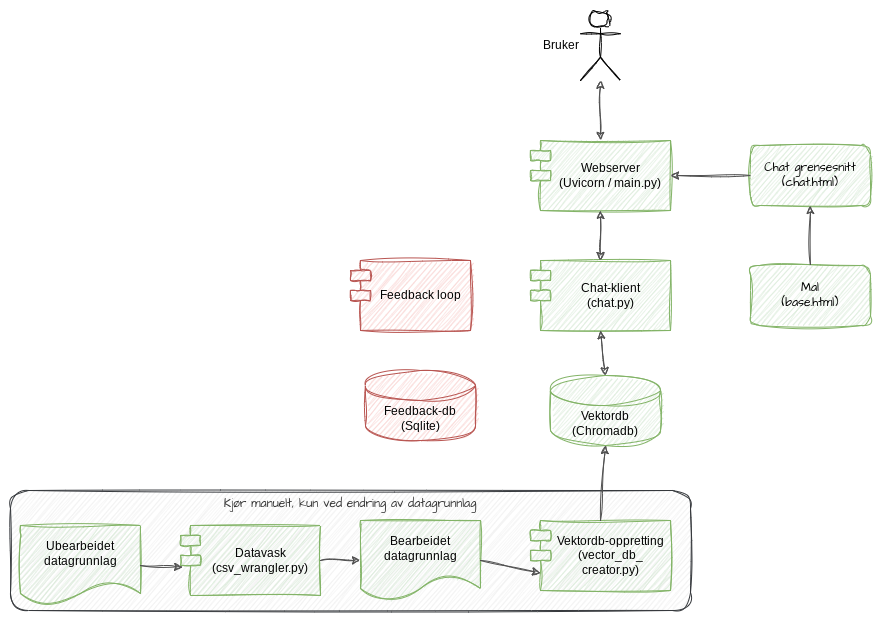
This is diagrams/architecture.png from xivind/sandbox, a draw.io export, as it was before one commit. Source tidied: cells renumbered, new cells last; positions are measured from the earlier drawing's top-left corner, leaving out a move shared by most shapes.
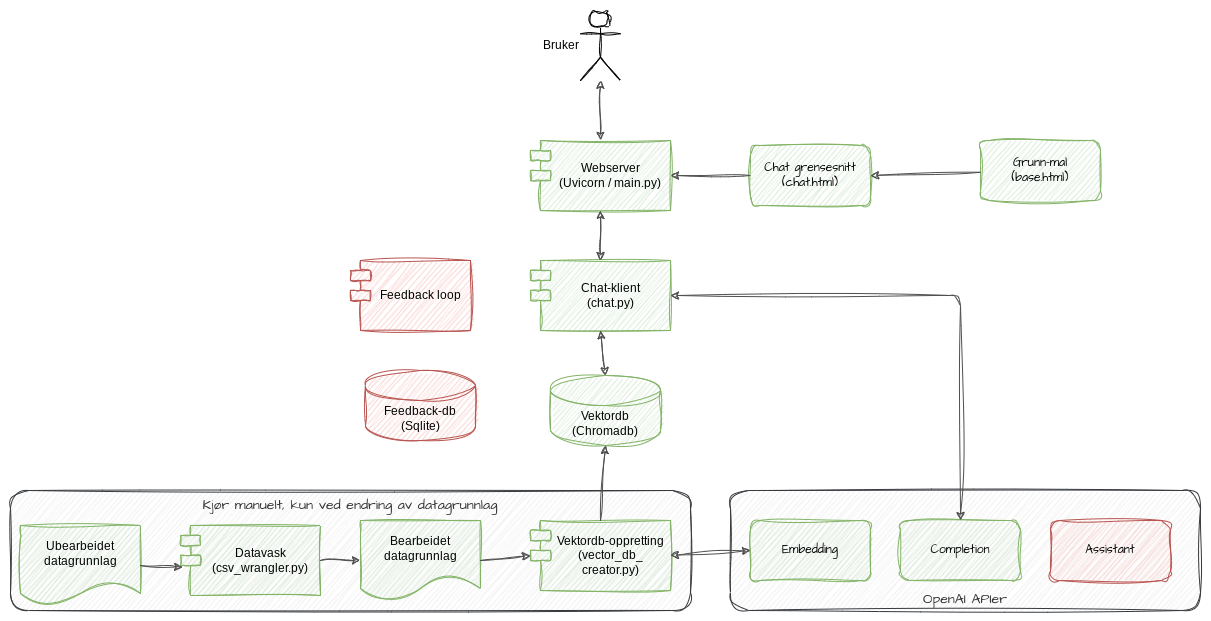
The same file after the commit.

Change to the diagram source:
```diff
@@ -2,7 +2,7 @@
   <root>
     <mxCell id="0" />
     <mxCell id="1" parent="0" />
-    <mxCell id="2" value="&lt;span style=&quot;color: rgb(51, 51, 51);&quot;&gt;Kjør manuelt, kun ved endring av datagrunnlag&lt;/span&gt;" style="rounded=1;whiteSpace=wrap;html=1;sketch=1;hachureGap=4;jiggle=2;curveFitting=1;fontFamily=Architects Daughter;fontSource=https%3A%2F%2Ffonts.googleapis.com%2Fcss%3Ffamily%3DArchitects%2BDaughter;shadow=0;fillColor=#eeeeee;strokeColor=#36393d;verticalAlign=top;" parent="1" vertex="1">
+    <mxCell id="2" value="&lt;span style=&quot;color: rgb(51, 51, 51);&quot;&gt;&lt;font style=&quot;font-size: 14px;&quot;&gt;Kjør manuelt, kun ved endring av datagrunnlag&lt;/font&gt;&lt;/span&gt;" style="rounded=1;whiteSpace=wrap;html=1;sketch=1;hachureGap=4;jiggle=2;curveFitting=1;fontFamily=Architects Daughter;fontSource=https%3A%2F%2Ffonts.googleapis.com%2Fcss%3Ffamily%3DArchitects%2BDaughter;shadow=0;fillColor=#eeeeee;strokeColor=#36393d;verticalAlign=top;" parent="1" vertex="1">
       <mxGeometry y="480" width="680" height="120" as="geometry" />
     </mxCell>
     <mxCell id="3" value="Webserver&lt;br&gt;&lt;div&gt;(Uvicorn / main.py)&lt;/div&gt;" style="shape=module;align=left;spacingLeft=20;align=center;verticalAlign=middle;whiteSpace=wrap;html=1;fillColor=#d5e8d4;strokeColor=#82b366;shadow=0;sketch=1;curveFitting=1;jiggle=2;rounded=1;" parent="1" vertex="1">
@@ -38,7 +38,7 @@
     <mxCell id="13" value="&lt;div&gt;Vektordb-oppretting&lt;/div&gt;(vector_db_&lt;div&gt;creator.py)&lt;/div&gt;" style="shape=module;align=left;spacingLeft=20;align=center;verticalAlign=middle;whiteSpace=wrap;html=1;fillColor=#d5e8d4;strokeColor=#82b366;shadow=0;sketch=1;curveFitting=1;jiggle=2;rounded=1;" parent="1" vertex="1">
       <mxGeometry x="520" y="510" width="140" height="70" as="geometry" />
     </mxCell>
-    <mxCell id="14" style="endArrow=classic;html=1;rounded=1;strokeColor=#4F4F4F;shadow=0;sketch=1;curveFitting=1;jiggle=2;exitX=1;exitY=0.5;exitDx=0;exitDy=0;entryX=0;entryY=0.75;entryDx=10;entryDy=0;entryPerimeter=0;" parent="1" edge="1" source="11" target="13">
+    <mxCell id="14" style="endArrow=classic;html=1;rounded=1;strokeColor=#4F4F4F;shadow=0;sketch=1;curveFitting=1;jiggle=2;exitX=1;exitY=0.5;exitDx=0;exitDy=0;entryX=0;entryY=0;entryDx=0;entryDy=35;entryPerimeter=0;" parent="1" edge="1" source="11" target="13">
       <mxGeometry relative="1" as="geometry" />
     </mxCell>
     <mxCell id="15" style="endArrow=classic;html=1;rounded=1;entryX=0.5;entryY=1;entryDx=0;entryDy=0;strokeColor=#4F4F4F;entryPerimeter=0;exitX=0.5;exitY=0;exitDx=0;exitDy=0;shadow=0;sketch=1;curveFitting=1;jiggle=2;" parent="1" edge="1" source="13" target="6">
@@ -47,10 +47,10 @@
     <mxCell id="16" value="&lt;div&gt;Chat grensesnitt&lt;/div&gt;(chat.html)" style="rounded=1;whiteSpace=wrap;html=1;sketch=1;hachureGap=4;jiggle=2;curveFitting=1;fontFamily=Architects Daughter;fontSource=https%3A%2F%2Ffonts.googleapis.com%2Fcss%3Ffamily%3DArchitects%2BDaughter;fillColor=#d5e8d4;strokeColor=#82b366;shadow=0;" parent="1" vertex="1">
       <mxGeometry x="740" y="135" width="120" height="60" as="geometry" />
     </mxCell>
-    <mxCell id="17" value="&lt;div&gt;Mal&lt;/div&gt;&lt;div&gt;&lt;span style=&quot;background-color: initial;&quot;&gt;(base.html)&lt;/span&gt;&lt;/div&gt;" style="rounded=1;whiteSpace=wrap;html=1;sketch=1;hachureGap=4;jiggle=2;curveFitting=1;fontFamily=Architects Daughter;fontSource=https%3A%2F%2Ffonts.googleapis.com%2Fcss%3Ffamily%3DArchitects%2BDaughter;fillColor=#d5e8d4;strokeColor=#82b366;shadow=0;" parent="1" vertex="1">
-      <mxGeometry x="740" y="255" width="120" height="60" as="geometry" />
+    <mxCell id="17" value="&lt;div&gt;Grunn-mal&lt;/div&gt;&lt;div&gt;&lt;span style=&quot;background-color: initial;&quot;&gt;(base.html)&lt;/span&gt;&lt;/div&gt;" style="rounded=1;whiteSpace=wrap;html=1;sketch=1;hachureGap=4;jiggle=2;curveFitting=1;fontFamily=Architects Daughter;fontSource=https%3A%2F%2Ffonts.googleapis.com%2Fcss%3Ffamily%3DArchitects%2BDaughter;fillColor=#d5e8d4;strokeColor=#82b366;shadow=0;" parent="1" vertex="1">
+      <mxGeometry x="970" y="130" width="120" height="60" as="geometry" />
     </mxCell>
-    <mxCell id="18" style="endArrow=classic;html=1;rounded=1;entryX=0.5;entryY=1;entryDx=0;entryDy=0;strokeColor=#4F4F4F;shadow=0;sketch=1;curveFitting=1;jiggle=2;" parent="1" edge="1" source="17" target="16">
+    <mxCell id="18" style="endArrow=classic;html=1;rounded=1;entryX=1;entryY=0.5;entryDx=0;entryDy=0;strokeColor=#4F4F4F;shadow=0;sketch=1;curveFitting=1;jiggle=2;" parent="1" edge="1" source="17" target="16">
       <mxGeometry relative="1" as="geometry" />
     </mxCell>
     <mxCell id="19" style="endArrow=classic;html=1;rounded=1;entryX=1;entryY=0.5;entryDx=0;entryDy=0;strokeColor=#4F4F4F;shadow=0;sketch=1;curveFitting=1;jiggle=2;exitX=0;exitY=0.5;exitDx=0;exitDy=0;" parent="1" edge="1" source="16" target="3">
@@ -68,5 +68,23 @@
     <mxCell id="23" value="Feedback-db&lt;div&gt;(Sqlite)&lt;/div&gt;" style="shape=cylinder3;whiteSpace=wrap;html=1;boundedLbl=1;backgroundOutline=1;size=15;fillColor=#f8cecc;strokeColor=#b85450;shadow=0;sketch=1;curveFitting=1;jiggle=2;rounded=1;" parent="1" vertex="1">
       <mxGeometry x="355" y="360" width="110" height="70" as="geometry" />
     </mxCell>
+    <mxCell id="24" value="&lt;span style=&quot;color: rgb(51, 51, 51);&quot;&gt;&lt;font style=&quot;font-size: 14px;&quot;&gt;OpenAI APIer&lt;/font&gt;&lt;/span&gt;" style="rounded=1;whiteSpace=wrap;html=1;sketch=1;hachureGap=4;jiggle=2;curveFitting=1;fontFamily=Architects Daughter;fontSource=https%3A%2F%2Ffonts.googleapis.com%2Fcss%3Ffamily%3DArchitects%2BDaughter;shadow=0;fillColor=#eeeeee;strokeColor=#36393d;verticalAlign=bottom;" parent="1" vertex="1">
+      <mxGeometry x="720" y="480" width="470" height="120" as="geometry" />
+    </mxCell>
+    <mxCell id="25" value="&lt;div&gt;Embedding&lt;/div&gt;" style="rounded=1;whiteSpace=wrap;html=1;sketch=1;hachureGap=4;jiggle=2;curveFitting=1;fontFamily=Architects Daughter;fontSource=https%3A%2F%2Ffonts.googleapis.com%2Fcss%3Ffamily%3DArchitects%2BDaughter;fillColor=#d5e8d4;strokeColor=#82b366;shadow=0;" parent="1" vertex="1">
+      <mxGeometry x="740" y="510" width="120" height="60" as="geometry" />
+    </mxCell>
+    <mxCell id="26" value="&lt;div&gt;Completion&lt;/div&gt;" style="rounded=1;whiteSpace=wrap;html=1;sketch=1;hachureGap=4;jiggle=2;curveFitting=1;fontFamily=Architects Daughter;fontSource=https%3A%2F%2Ffonts.googleapis.com%2Fcss%3Ffamily%3DArchitects%2BDaughter;fillColor=#d5e8d4;strokeColor=#82b366;shadow=0;" parent="1" vertex="1">
+      <mxGeometry x="890" y="510" width="120" height="60" as="geometry" />
+    </mxCell>
+    <mxCell id="27" value="&lt;div&gt;Assistant&lt;/div&gt;" style="rounded=1;whiteSpace=wrap;html=1;sketch=1;hachureGap=4;jiggle=2;curveFitting=1;fontFamily=Architects Daughter;fontSource=https%3A%2F%2Ffonts.googleapis.com%2Fcss%3Ffamily%3DArchitects%2BDaughter;fillColor=#f8cecc;strokeColor=#b85450;shadow=0;" parent="1" vertex="1">
+      <mxGeometry x="1040" y="510" width="120" height="60" as="geometry" />
+    </mxCell>
+    <mxCell id="28" style="endArrow=classic;html=1;rounded=1;strokeColor=#4F4F4F;shadow=0;sketch=1;curveFitting=1;jiggle=2;startArrow=classic;startFill=1;exitX=1;exitY=0.5;exitDx=0;exitDy=0;entryX=0;entryY=0.5;entryDx=0;entryDy=0;" parent="1" edge="1" source="13" target="25">
+      <mxGeometry relative="1" as="geometry" />
+    </mxCell>
+    <mxCell id="29" style="endArrow=classic;html=1;rounded=1;strokeColor=#4F4F4F;shadow=0;sketch=1;curveFitting=1;jiggle=2;startArrow=classic;startFill=1;exitX=0.5;exitY=0;exitDx=0;exitDy=0;entryX=1;entryY=0.5;entryDx=0;entryDy=0;edgeStyle=orthogonalEdgeStyle;" parent="1" edge="1" source="26" target="4">
+      <mxGeometry relative="1" as="geometry" />
+    </mxCell>
   </root>
 </mxGraphModel>
```
